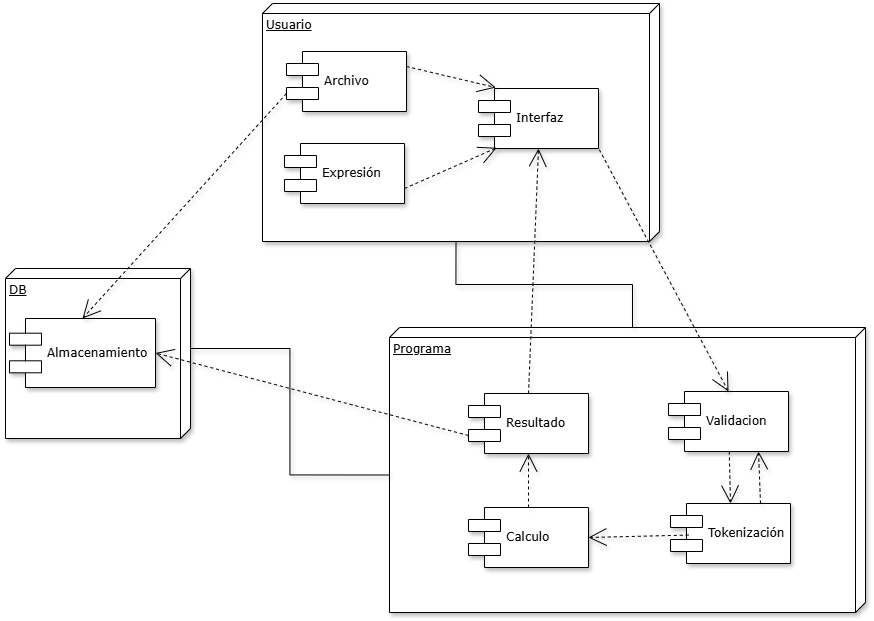
This is Diagramas/Despliegue/Despliegue.png from eraymundogonzalez-hash/Proyecto_final-Evaluador_de_expresiones, a draw.io export, as it was before one commit. Source tidied: cells renumbered, new cells last; positions are measured from the earlier drawing's top-left corner, leaving out a move shared by most shapes. The source it was exported from:
```xml
<mxGraphModel>
  <root>
    <mxCell id="0" />
    <mxCell id="1" parent="0" />
    <mxCell id="2" value="Usuario" style="verticalAlign=top;align=left;spacingTop=8;spacingLeft=2;spacingRight=12;shape=cube;size=10;direction=south;fontStyle=4;html=1;rounded=0;shadow=1;comic=0;labelBackgroundColor=none;strokeWidth=1;fontFamily=Verdana;fontSize=12;" parent="1" vertex="1">
      <mxGeometry x="257" width="397" height="238" as="geometry" />
    </mxCell>
    <mxCell id="3" value="Programa" style="verticalAlign=top;align=left;spacingTop=8;spacingLeft=2;spacingRight=12;shape=cube;size=10;direction=south;fontStyle=4;html=1;rounded=0;shadow=1;comic=0;labelBackgroundColor=none;strokeWidth=1;fontFamily=Verdana;fontSize=12;" parent="1" vertex="1">
      <mxGeometry x="384" y="324" width="476" height="285" as="geometry" />
    </mxCell>
    <mxCell id="4" value="DB" style="verticalAlign=top;align=left;spacingTop=8;spacingLeft=2;spacingRight=12;shape=cube;size=10;direction=south;fontStyle=4;html=1;rounded=0;shadow=1;comic=0;labelBackgroundColor=none;strokeWidth=1;fontFamily=Verdana;fontSize=12;" parent="1" vertex="1">
      <mxGeometry y="265" width="185" height="170" as="geometry" />
    </mxCell>
    <mxCell id="5" value="Interfaz" style="shape=component;align=left;spacingLeft=36;rounded=0;shadow=1;comic=0;labelBackgroundColor=none;strokeWidth=1;fontFamily=Verdana;fontSize=12;html=1;" parent="1" vertex="1">
      <mxGeometry x="473" y="85" width="120" height="60" as="geometry" />
    </mxCell>
    <mxCell id="6" value="Validacion" style="shape=component;align=left;spacingLeft=36;rounded=0;shadow=1;comic=0;labelBackgroundColor=none;strokeWidth=1;fontFamily=Verdana;fontSize=12;html=1;" parent="1" vertex="1">
      <mxGeometry x="663" y="388" width="120" height="60" as="geometry" />
    </mxCell>
    <mxCell id="7" value="Almacenamiento" style="shape=component;align=left;spacingLeft=36;rounded=0;shadow=1;comic=0;labelBackgroundColor=none;strokeWidth=1;fontFamily=Verdana;fontSize=12;html=1;" parent="1" vertex="1">
      <mxGeometry x="4" y="315" width="146" height="69" as="geometry" />
    </mxCell>
    <mxCell id="8" style="rounded=0;html=1;dashed=1;labelBackgroundColor=none;startArrow=none;startFill=0;startSize=8;endArrow=open;endFill=0;endSize=16;fontFamily=Verdana;fontSize=12;shadow=1;entryX=0.5;entryY=0;entryDx=0;entryDy=0;" parent="1" edge="1" source="6" target="9">
      <mxGeometry relative="1" as="geometry" />
    </mxCell>
    <mxCell id="9" value="Tokenización" style="shape=component;align=left;spacingLeft=36;rounded=0;shadow=1;comic=0;labelBackgroundColor=none;strokeWidth=1;fontFamily=Verdana;fontSize=12;html=1;" parent="1" vertex="1">
      <mxGeometry x="665" y="500" width="120" height="60" as="geometry" />
    </mxCell>
    <mxCell id="10" value="Archivo" style="shape=component;align=left;spacingLeft=36;rounded=0;shadow=1;comic=0;labelBackgroundColor=none;strokeWidth=1;fontFamily=Verdana;fontSize=12;html=1;" parent="1" vertex="1">
      <mxGeometry x="281" y="48" width="120" height="60" as="geometry" />
    </mxCell>
    <mxCell id="11" value="Expresión" style="shape=component;align=left;spacingLeft=36;rounded=0;shadow=1;comic=0;labelBackgroundColor=none;strokeWidth=1;fontFamily=Verdana;fontSize=12;html=1;" parent="1" vertex="1">
      <mxGeometry x="279" y="140" width="120" height="60" as="geometry" />
    </mxCell>
    <mxCell id="12" value="Resultado" style="shape=component;align=left;spacingLeft=36;rounded=0;shadow=1;comic=0;labelBackgroundColor=none;strokeWidth=1;fontFamily=Verdana;fontSize=12;html=1;" parent="1" vertex="1">
      <mxGeometry x="463" y="390" width="120" height="60" as="geometry" />
    </mxCell>
    <mxCell id="13" style="edgeStyle=none;rounded=0;html=1;dashed=1;labelBackgroundColor=none;startArrow=none;startFill=0;startSize=8;endArrow=open;endFill=0;endSize=16;fontFamily=Verdana;fontSize=12;shadow=1;exitX=0;exitY=0.7;exitDx=0;exitDy=0;entryX=1;entryY=0.5;entryDx=0;entryDy=0;" parent="1" edge="1" source="12" target="7">
      <mxGeometry relative="1" as="geometry" />
    </mxCell>
    <mxCell id="14" style="edgeStyle=none;rounded=0;html=1;dashed=1;labelBackgroundColor=none;startArrow=none;startFill=0;startSize=8;endArrow=open;endFill=0;endSize=16;fontFamily=Verdana;fontSize=12;shadow=1;exitX=1;exitY=0.25;exitDx=0;exitDy=0;entryX=0.144;entryY=-0.016;entryDx=0;entryDy=0;entryPerimeter=0;" parent="1" edge="1" source="10" target="5">
      <mxGeometry relative="1" as="geometry" />
    </mxCell>
    <mxCell id="15" style="edgeStyle=none;rounded=0;html=1;dashed=1;labelBackgroundColor=none;startArrow=none;startFill=0;startSize=8;endArrow=open;endFill=0;endSize=16;fontFamily=Verdana;fontSize=12;shadow=1;exitX=1;exitY=0.75;exitDx=0;exitDy=0;entryX=0.152;entryY=0.988;entryDx=0;entryDy=0;entryPerimeter=0;" parent="1" edge="1" source="11" target="5">
      <mxGeometry relative="1" as="geometry" />
    </mxCell>
    <mxCell id="16" style="edgeStyle=none;rounded=0;html=1;dashed=1;labelBackgroundColor=none;startArrow=none;startFill=0;startSize=8;endArrow=open;endFill=0;endSize=16;fontFamily=Verdana;fontSize=12;shadow=1;exitX=1.007;exitY=1.02;exitDx=0;exitDy=0;entryX=0.5;entryY=0;entryDx=0;entryDy=0;exitPerimeter=0;" parent="1" edge="1" source="5" target="6">
      <mxGeometry relative="1" as="geometry" />
    </mxCell>
    <mxCell id="17" style="edgeStyle=none;rounded=0;html=1;dashed=1;labelBackgroundColor=none;startArrow=none;startFill=0;startSize=8;endArrow=open;endFill=0;endSize=16;fontFamily=Verdana;fontSize=12;shadow=1;exitX=0.152;exitY=0.526;exitDx=0;exitDy=0;entryX=1;entryY=0.5;entryDx=0;entryDy=0;exitPerimeter=0;" parent="1" edge="1" source="9" target="18">
      <mxGeometry relative="1" as="geometry" />
    </mxCell>
    <mxCell id="18" value="Calculo" style="shape=component;align=left;spacingLeft=36;rounded=0;shadow=1;comic=0;labelBackgroundColor=none;strokeWidth=1;fontFamily=Verdana;fontSize=12;html=1;" parent="1" vertex="1">
      <mxGeometry x="463" y="504" width="120" height="60" as="geometry" />
    </mxCell>
    <mxCell id="19" style="edgeStyle=none;rounded=0;html=1;dashed=1;labelBackgroundColor=none;startArrow=none;startFill=0;startSize=8;endArrow=open;endFill=0;endSize=16;fontFamily=Verdana;fontSize=12;shadow=1;exitX=0.75;exitY=0;exitDx=0;exitDy=0;entryX=0.75;entryY=1;entryDx=0;entryDy=0;" parent="1" edge="1" source="9" target="6">
      <mxGeometry relative="1" as="geometry" />
    </mxCell>
    <mxCell id="20" style="edgeStyle=none;rounded=0;html=1;dashed=1;labelBackgroundColor=none;startArrow=none;startFill=0;startSize=8;endArrow=open;endFill=0;endSize=16;fontFamily=Verdana;fontSize=12;shadow=1;entryX=0.5;entryY=1;entryDx=0;entryDy=0;exitX=0.5;exitY=0;exitDx=0;exitDy=0;" parent="1" edge="1" source="18" target="12">
      <mxGeometry relative="1" as="geometry" />
    </mxCell>
    <mxCell id="21" style="edgeStyle=none;rounded=0;html=1;dashed=1;labelBackgroundColor=none;startArrow=none;startFill=0;startSize=8;endArrow=open;endFill=0;endSize=16;fontFamily=Verdana;fontSize=12;shadow=1;exitX=0.5;exitY=0;exitDx=0;exitDy=0;entryX=0.5;entryY=1;entryDx=0;entryDy=0;" parent="1" edge="1" source="12" target="5">
      <mxGeometry relative="1" as="geometry" />
    </mxCell>
    <mxCell id="22" style="edgeStyle=none;rounded=0;html=1;dashed=1;labelBackgroundColor=none;startArrow=none;startFill=0;startSize=8;endArrow=open;endFill=0;endSize=16;fontFamily=Verdana;fontSize=12;shadow=1;exitX=0;exitY=0.7;exitDx=0;exitDy=0;entryX=0.5;entryY=0;entryDx=0;entryDy=0;" parent="1" edge="1" source="10" target="7">
      <mxGeometry relative="1" as="geometry" />
    </mxCell>
    <mxCell id="23" style="rounded=0;html=1;labelBackgroundColor=none;startArrow=none;startFill=0;startSize=8;endArrow=none;endFill=0;endSize=16;fontFamily=Verdana;fontSize=12;shadow=1;entryX=0;entryY=0;entryDx=238;entryDy=203.5;entryPerimeter=0;exitX=0;exitY=0;exitDx=0;exitDy=233;exitPerimeter=0;edgeStyle=orthogonalEdgeStyle;" parent="1" edge="1" source="3" target="2">
      <mxGeometry relative="1" as="geometry" />
    </mxCell>
    <mxCell id="24" style="rounded=0;html=1;labelBackgroundColor=none;startArrow=none;startFill=0;startSize=8;endArrow=none;endFill=0;endSize=16;fontFamily=Verdana;fontSize=12;shadow=1;entryX=0;entryY=0;entryDx=147.5;entryDy=476;entryPerimeter=0;exitX=0;exitY=0;exitDx=80;exitDy=0;exitPerimeter=0;edgeStyle=orthogonalEdgeStyle;" parent="1" edge="1" source="4" target="3">
      <mxGeometry relative="1" as="geometry" />
    </mxCell>
  </root>
</mxGraphModel>
```
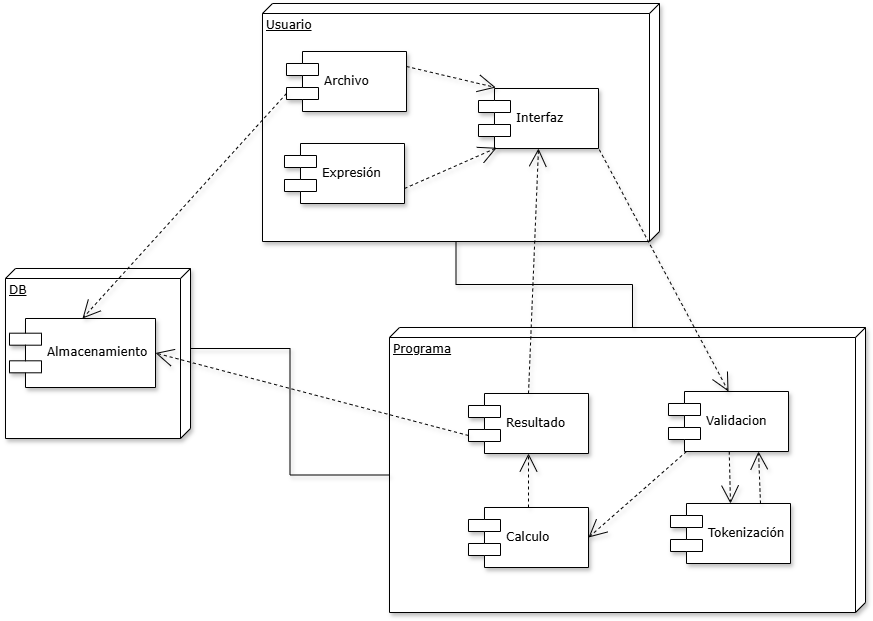
The same file after the commit.

Commit message:
diagrama de despliegue corregido

Change to the diagram source:
```diff
@@ -47,7 +47,7 @@
     <mxCell id="16" style="edgeStyle=none;rounded=0;html=1;dashed=1;labelBackgroundColor=none;startArrow=none;startFill=0;startSize=8;endArrow=open;endFill=0;endSize=16;fontFamily=Verdana;fontSize=12;shadow=1;exitX=1.007;exitY=1.02;exitDx=0;exitDy=0;entryX=0.5;entryY=0;entryDx=0;entryDy=0;exitPerimeter=0;" parent="1" edge="1" source="5" target="6">
       <mxGeometry relative="1" as="geometry" />
     </mxCell>
-    <mxCell id="17" style="edgeStyle=none;rounded=0;html=1;dashed=1;labelBackgroundColor=none;startArrow=none;startFill=0;startSize=8;endArrow=open;endFill=0;endSize=16;fontFamily=Verdana;fontSize=12;shadow=1;exitX=0.152;exitY=0.526;exitDx=0;exitDy=0;entryX=1;entryY=0.5;entryDx=0;entryDy=0;exitPerimeter=0;" parent="1" edge="1" source="9" target="18">
+    <mxCell id="17" style="edgeStyle=none;rounded=0;html=1;dashed=1;labelBackgroundColor=none;startArrow=none;startFill=0;startSize=8;endArrow=open;endFill=0;endSize=16;fontFamily=Verdana;fontSize=12;shadow=1;exitX=0.15;exitY=1;exitDx=0;exitDy=0;entryX=1;entryY=0.5;entryDx=0;entryDy=0;exitPerimeter=0;" parent="1" edge="1" source="6" target="18">
       <mxGeometry relative="1" as="geometry" />
     </mxCell>
     <mxCell id="18" value="Calculo" style="shape=component;align=left;spacingLeft=36;rounded=0;shadow=1;comic=0;labelBackgroundColor=none;strokeWidth=1;fontFamily=Verdana;fontSize=12;html=1;" parent="1" vertex="1">
```
